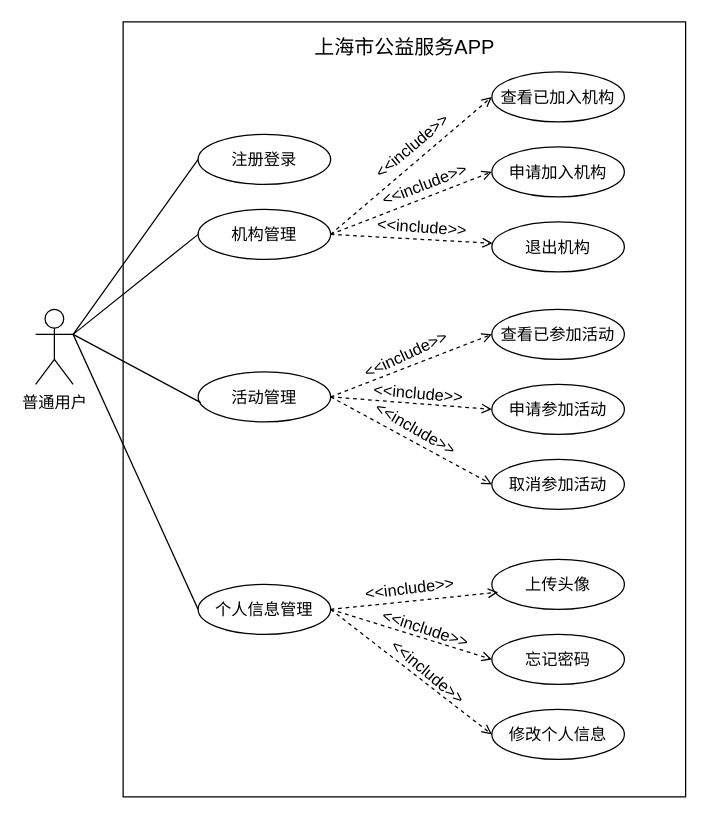
This is 用户用例图.drawio from Xiaoran630/drow, a draw.io file, before an edit. Source tidied: cells renumbered, new cells numbered last; positions are measured from the earlier drawing's top-left corner, leaving out a move shared by most shapes. Both pictures are drawn from the tidied source at 125%, with x=0, y=0 at pixel (35, 21).
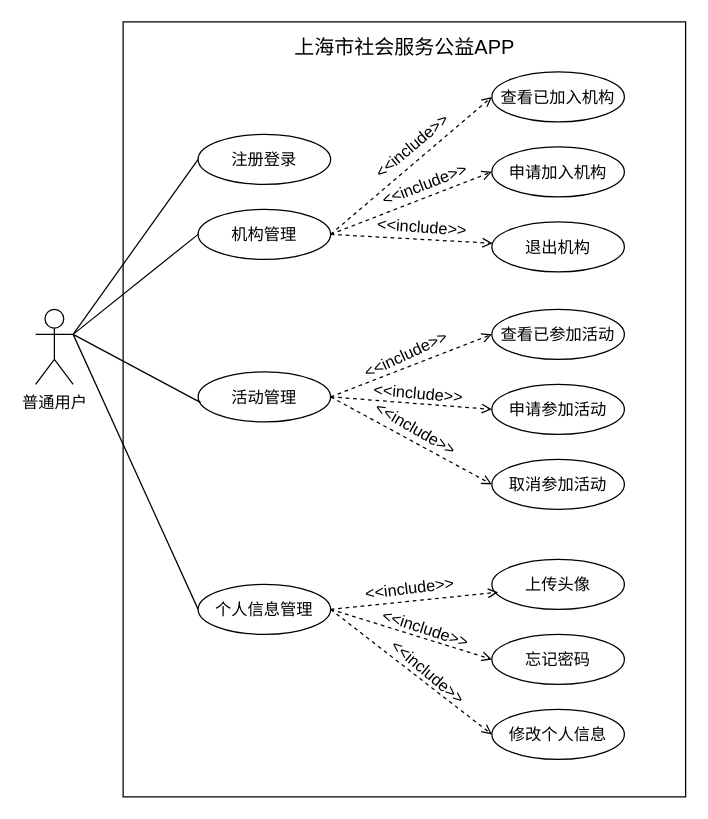
The same diagram, later.

Commit message:
更新用户用例图.drawio

What changed in the source:
```diff
@@
-    <mxCell id="39" value="上海市公益服务APP" style="rounded=0;whiteSpace=wrap;html=1;strokeColor=none;fillColor=none;fontSize=16;labelBackgroundColor=none;" parent="1" vertex="1">
+    <mxCell id="39" value="上海市社会服务公益APP" style="rounded=0;whiteSpace=wrap;html=1;strokeColor=none;fillColor=none;fontSize=16;labelBackgroundColor=none;" parent="1" vertex="1">
       <mxGeometry x="192.5" y="10" width="205" height="20" as="geometry" />
     </mxCell>
```
